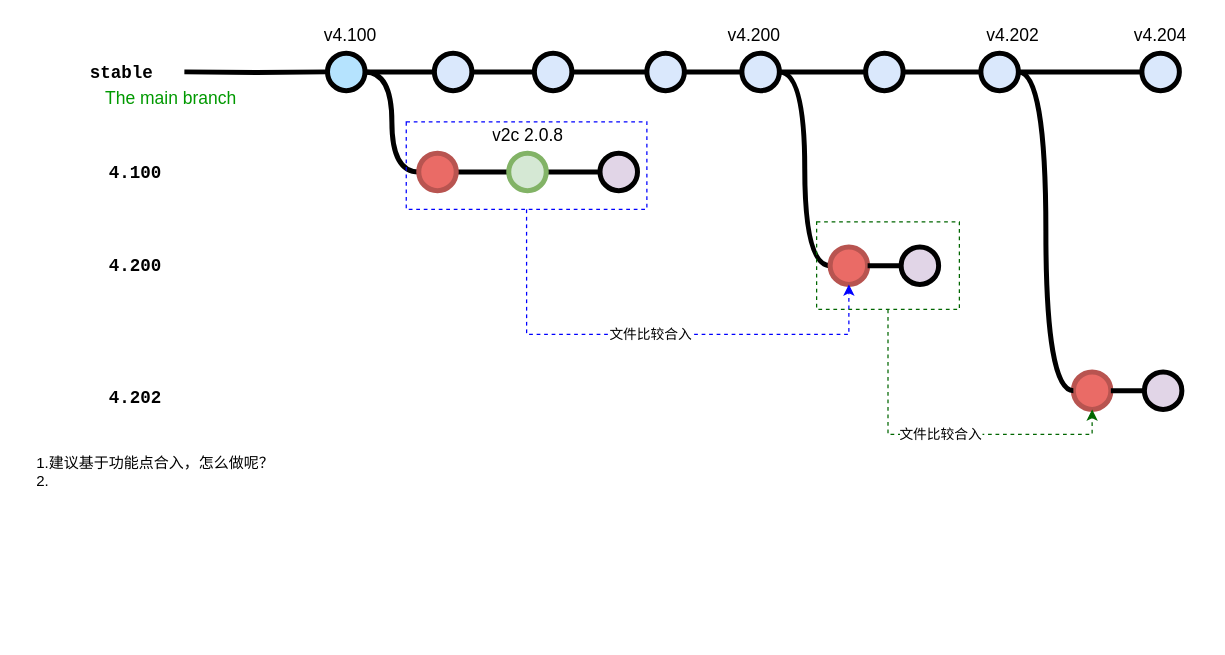
Earlier version of the draw.io diagram verilator_digrams/version_manage.drawio (Dercury/CLDK). Source tidied: cells renumbered, new cells numbered last; positions are measured from the earlier drawing's top-left corner, leaving out a move shared by most shapes. Both pictures are drawn from the tidied source at 125%, with x=0, y=0 at pixel (34, 21).
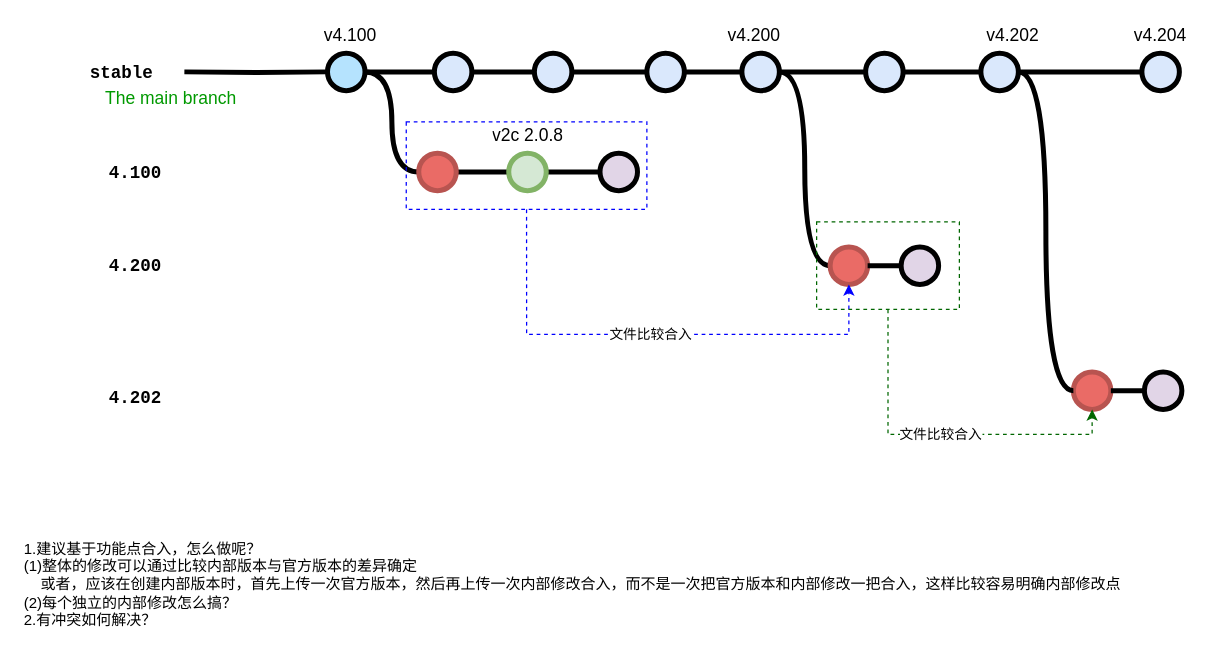
The same page after the edit.

Change to the diagram source:
```diff
@@
-    <mxCell id="46" value="1.建议基于功能点合入，怎么做呢？&lt;br&gt;2." style="text;html=1;align=left;verticalAlign=middle;strokeColor=none;" parent="1" vertex="1">
-      <mxGeometry y="345" width="210" height="30" as="geometry" />
+    <mxCell id="46" value="1.建议基于功能点合入，怎么做呢？&lt;br&gt;(1)整体的修改可以通过比较内部版本与官方版本的差异确定&lt;br&gt;&amp;nbsp; &amp;nbsp; 或者，应该在创建内部版本时，首先上传一次官方版本，然后再上传一次内部修改合入，而不是一次把官方版本和内部修改一把合入，这样比较容易明确内部修改点&lt;br&gt;(2)每个独立的内部修改怎么搞？&lt;br&gt;2.有冲突如何解决？&lt;br&gt;" style="text;html=1;align=left;verticalAlign=middle;strokeColor=none;" parent="1" vertex="1">
+      <mxGeometry x="-10" y="410" width="890" height="80" as="geometry" />
     </mxCell>
```
